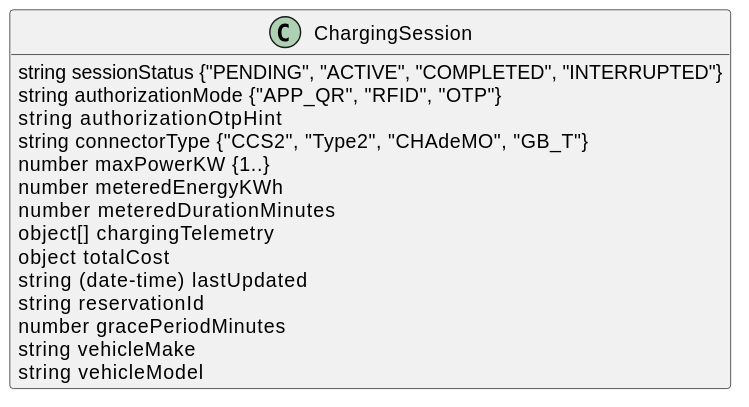
Earlier version of the PlantUML export docs/schema/EvChargingSession/v1/attributes.svg (beckn/protocol-specifications-new).
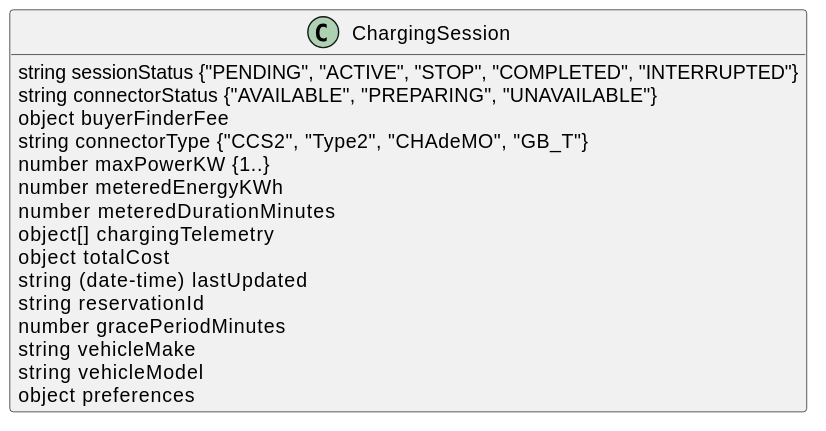
After the change.

Change to the diagram source:
```diff
@@ -4,9 +4,9 @@
 
 
 class ChargingSession {
-    {field} string sessionStatus {"PENDING", "ACTIVE", "COMPLETED", "INTERRUPTED"}
-    {field} string authorizationMode {"APP_QR", "RFID", "OTP"}
-    {field} string authorizationOtpHint
+    {field} string sessionStatus {"PENDING", "ACTIVE", "STOP", "COMPLETED", "INTERRUPTED"}
+    {field} string connectorStatus {"AVAILABLE", "PREPARING", "UNAVAILABLE"}
+    {field} object buyerFinderFee
     {field} string connectorType {"CCS2", "Type2", "CHAdeMO", "GB_T"}
     {field} number maxPowerKW {1..}
     {field} number meteredEnergyKWh
@@ -18,5 +18,6 @@
     {field} number gracePeriodMinutes
     {field} string vehicleMake
     {field} string vehicleModel
+    {field} object preferences
 }
 @enduml
```
